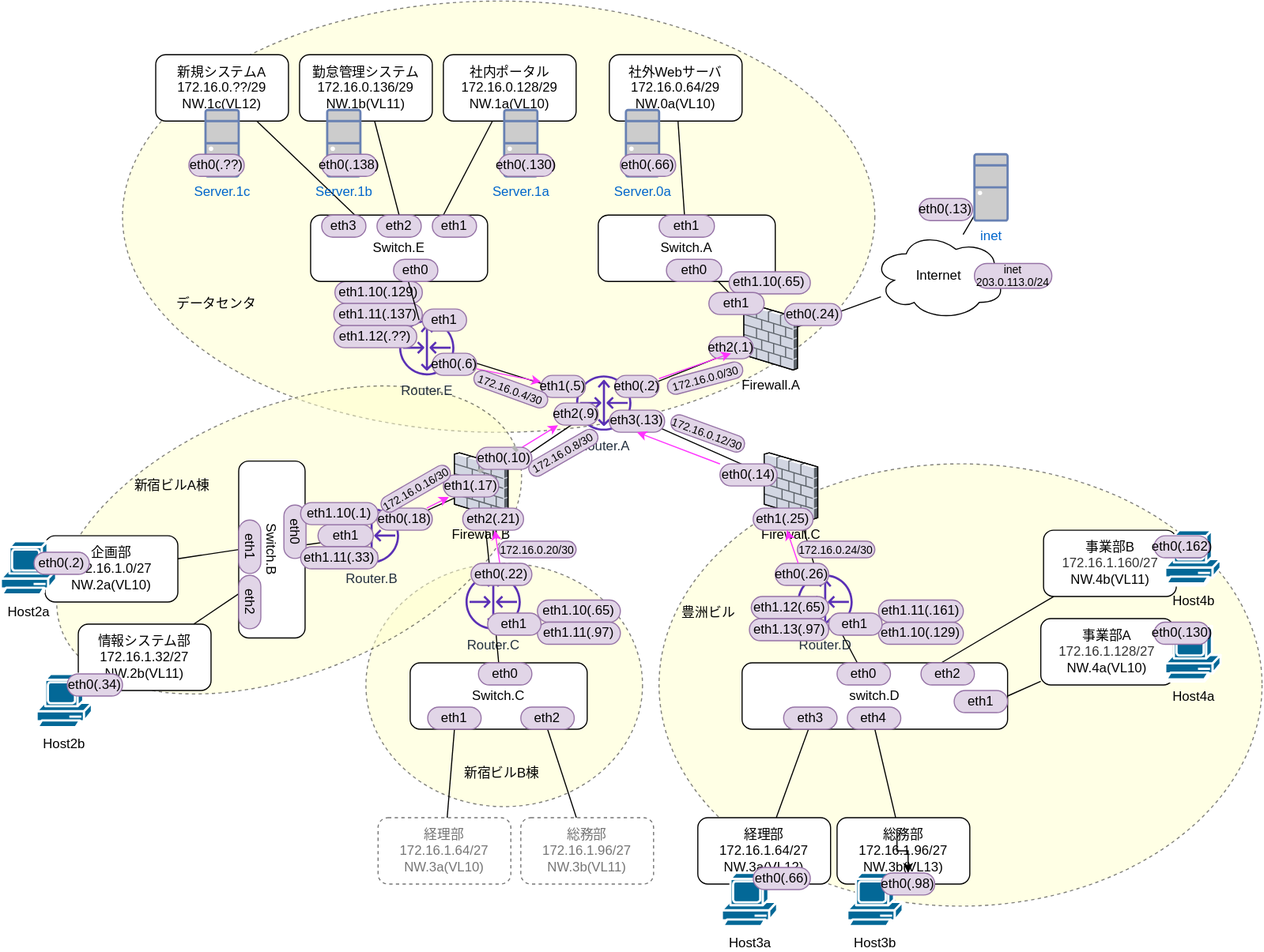
Above: exercise_docs/app1/topology_b.drawio.svg in infra-handson/network-training (draw.io), before the change. Source tidied: cells renumbered, new cells last; positions are measured from the earlier drawing's top-left corner, leaving out a move shared by most shapes.
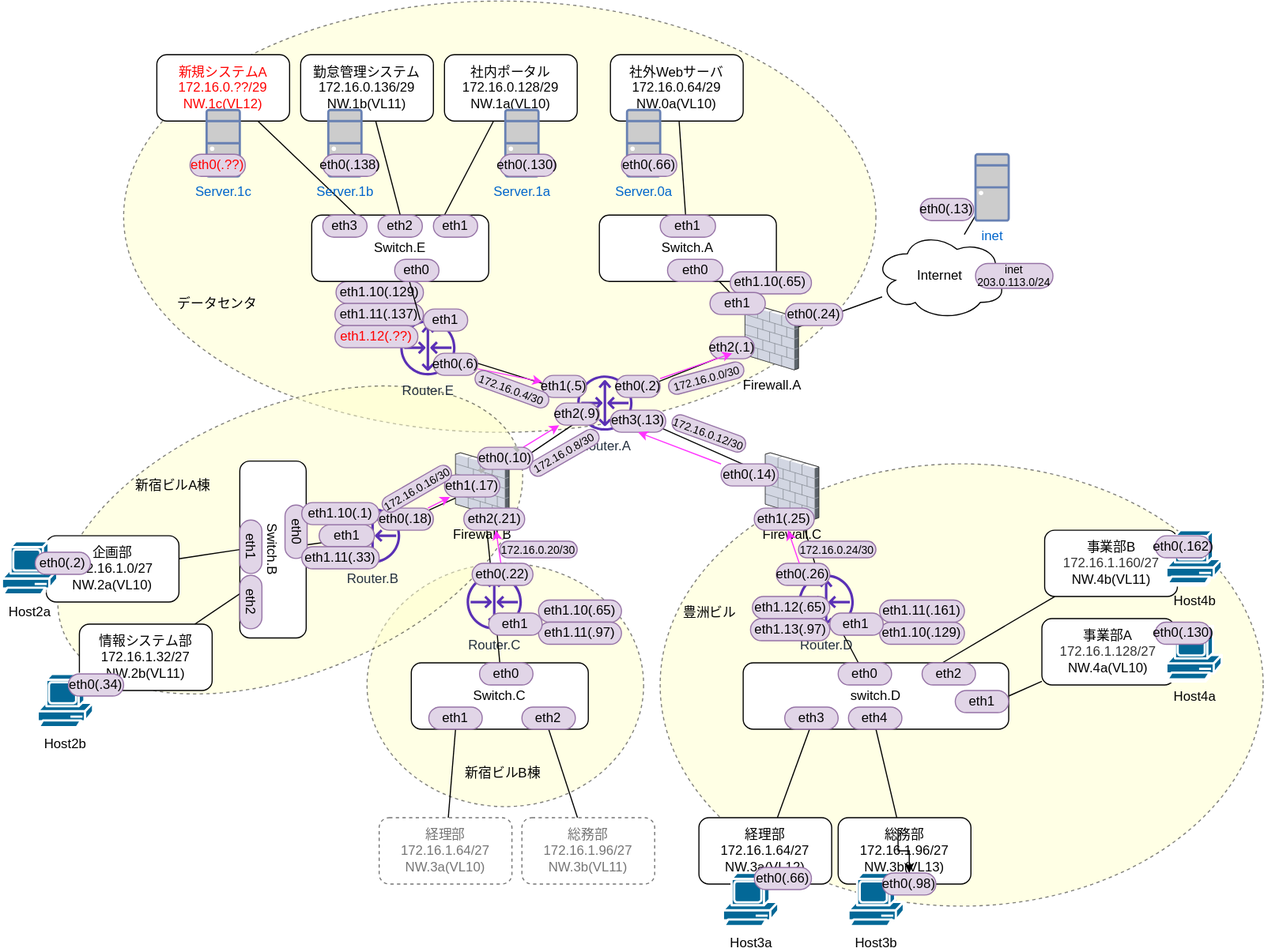
After the commit.

Diff of the diagram source:
```diff
@@ -152,7 +152,7 @@
     <mxCell id="51" value="社内ポータル&lt;br&gt;172.16.0.128/29&lt;br&gt;NW.1a(VL10)" style="rounded=1;whiteSpace=wrap;html=1;" parent="1" vertex="1">
       <mxGeometry x="400" y="49" width="120" height="60" as="geometry" />
     </mxCell>
-    <mxCell id="52" value="新規システムA&lt;br&gt;172.16.0.??/29&lt;br&gt;NW.1c(VL12)" style="rounded=1;whiteSpace=wrap;html=1;" parent="1" vertex="1">
+    <mxCell id="52" value="新規システムA&lt;br&gt;172.16.0.??/29&lt;br&gt;NW.1c(VL12)" style="rounded=1;whiteSpace=wrap;html=1;fontColor=#FF0000;" parent="1" vertex="1">
       <mxGeometry x="140" y="49" width="120" height="60" as="geometry" />
     </mxCell>
     <mxCell id="53" style="shape=flexArrow;endArrow=classic;html=1;strokeColor=none;fillColor=#B3B3B3;width=5.8604651162790695;endSize=4.156279069767442;endWidth=8.376419686316929;startArrow=none;" parent="1" edge="1" source="100">
@@ -220,7 +220,7 @@
     <mxCell id="73" value="eth1.11(.137)" style="rounded=1;whiteSpace=wrap;html=1;fillColor=#e1d5e7;strokeColor=#9673a6;arcSize=50;" parent="1" vertex="1">
       <mxGeometry x="301" y="274" width="80" height="20" as="geometry" />
     </mxCell>
-    <mxCell id="74" value="eth1.12(.??)" style="rounded=1;whiteSpace=wrap;html=1;fillColor=#e1d5e7;strokeColor=#9673a6;arcSize=50;" parent="1" vertex="1">
+    <mxCell id="74" value="eth1.12(.??)" style="rounded=1;whiteSpace=wrap;html=1;fillColor=#e1d5e7;strokeColor=#9673a6;arcSize=50;fontColor=#FF0000;" parent="1" vertex="1">
       <mxGeometry x="301" y="294" width="75" height="20" as="geometry" />
     </mxCell>
     <mxCell id="75" value="Host3a" style="shape=mxgraph.cisco.computers_and_peripherals.pc;html=1;dashed=0;fillColor=#036897;strokeColor=#ffffff;strokeWidth=2;verticalLabelPosition=bottom;verticalAlign=top;align=center;" parent="1" vertex="1">
@@ -436,7 +436,7 @@
     <mxCell id="143" value="Server.1c" style="fontColor=#0066CC;verticalAlign=top;verticalLabelPosition=bottom;labelPosition=center;align=center;html=1;fillColor=#CCCCCC;strokeColor=#6881B3;gradientColor=none;gradientDirection=north;strokeWidth=2;shape=mxgraph.networks.desktop_pc;" parent="1" vertex="1">
       <mxGeometry x="185" y="99" width="30" height="60" as="geometry" />
     </mxCell>
-    <mxCell id="144" value="eth0(.??)" style="rounded=1;whiteSpace=wrap;html=1;fillColor=#e1d5e7;strokeColor=#9673a6;arcSize=50;" parent="1" vertex="1">
+    <mxCell id="144" value="eth0(.??)" style="rounded=1;whiteSpace=wrap;html=1;fillColor=#e1d5e7;strokeColor=#9673a6;arcSize=50;fontColor=#FF0000;" parent="1" vertex="1">
       <mxGeometry x="170" y="139" width="50" height="20" as="geometry" />
     </mxCell>
     <mxCell id="145" value="Server.1b" style="fontColor=#0066CC;verticalAlign=top;verticalLabelPosition=bottom;labelPosition=center;align=center;html=1;fillColor=#CCCCCC;strokeColor=#6881B3;gradientColor=none;gradientDirection=north;strokeWidth=2;shape=mxgraph.networks.desktop_pc;" parent="1" vertex="1">
```
